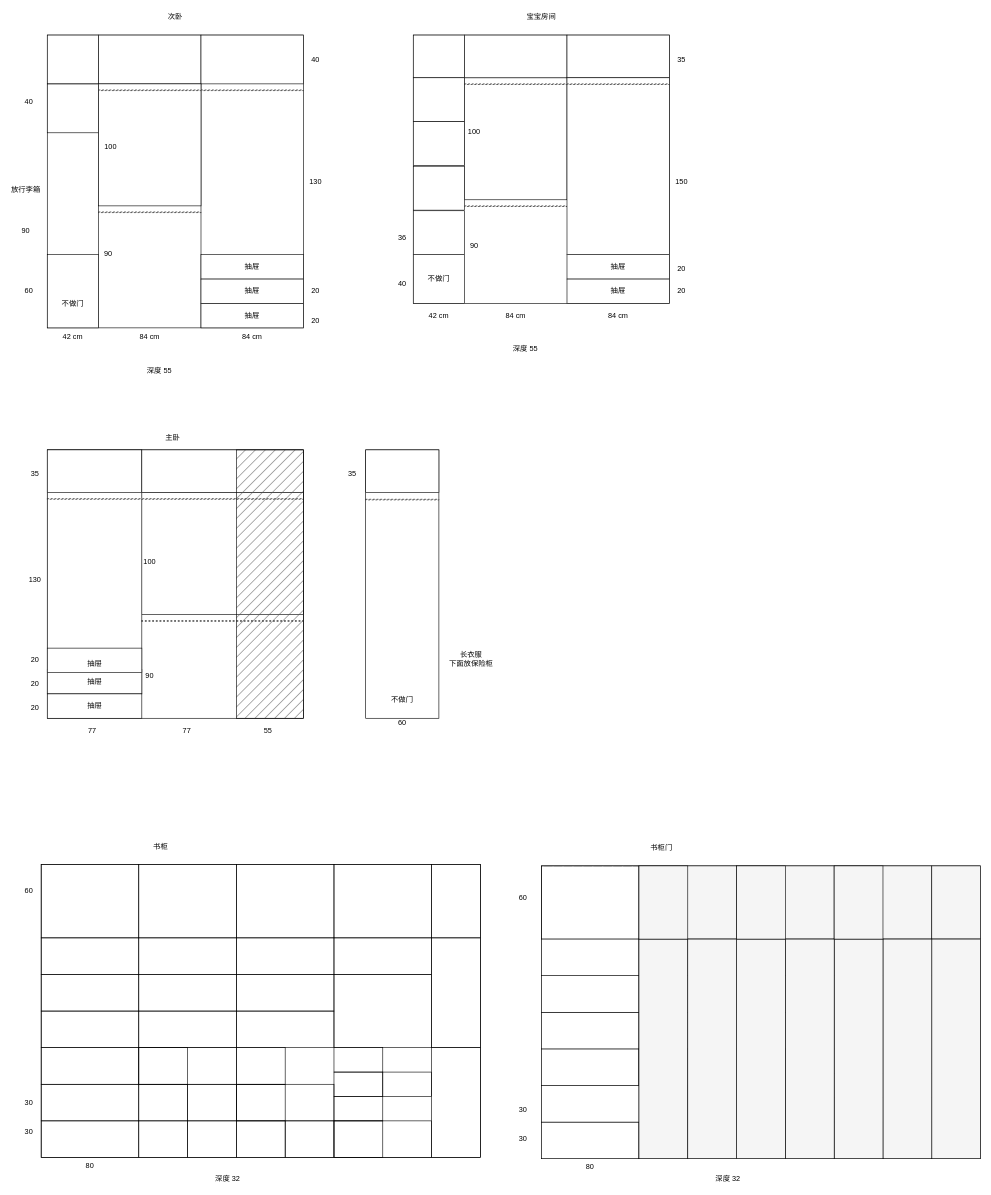
Earlier version of the draw.io diagram imgs/未命名绘图.drawio (rainsbaby/notebook). Source tidied: cells renumbered, new cells numbered last; positions are measured from the earlier drawing's top-left corner, leaving out a move shared by most shapes. Both pictures are drawn from the tidied source at 61%, with x=0, y=0 at pixel (10, 10).
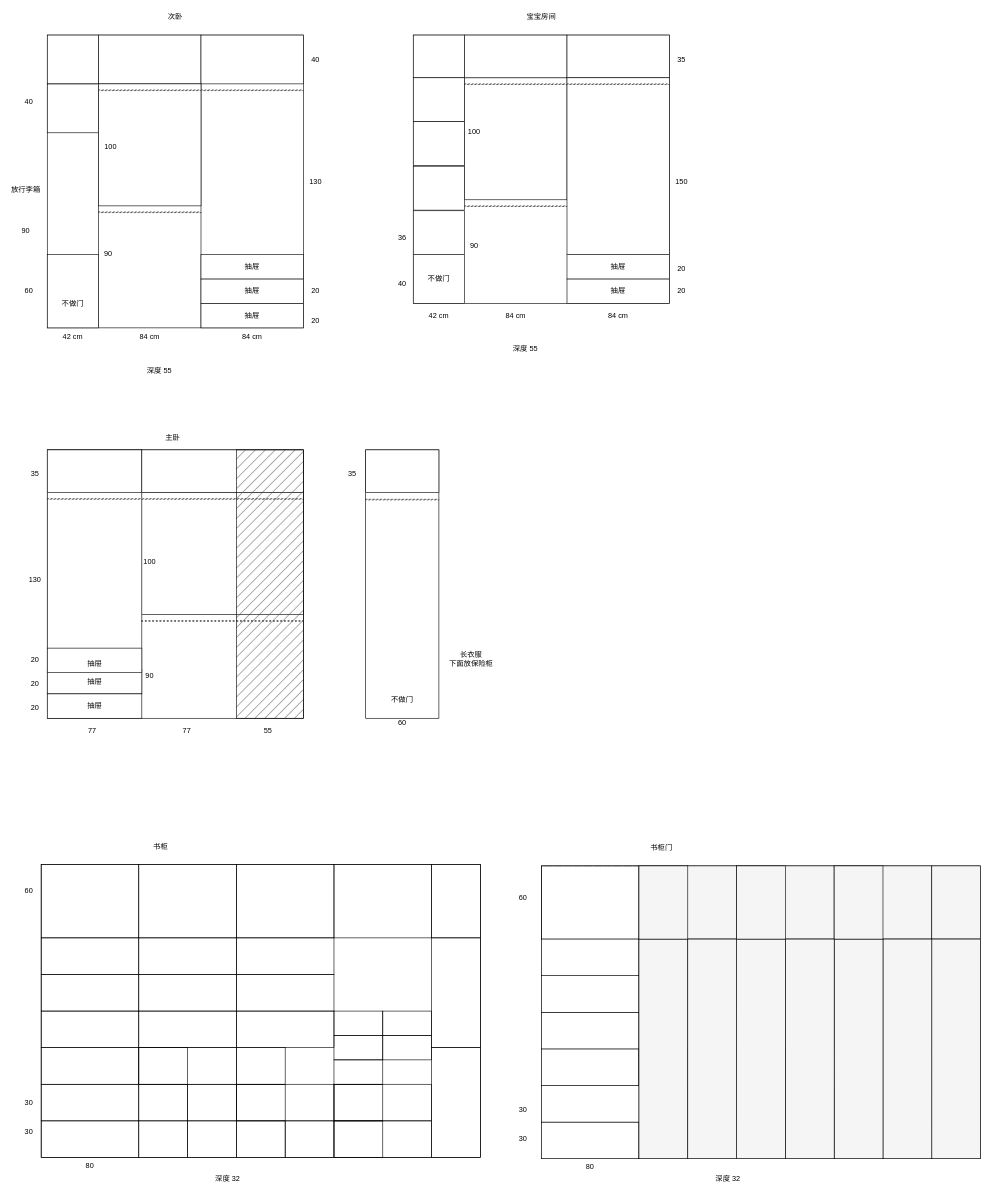
Above is the later version.

Commit message (it also covers changes not shown here):
更新未命名绘图.drawio

Change to the diagram source:
```diff
@@
     <mxCell id="100" style="rounded=0;whiteSpace=wrap;html=1;fillColor=none;fillStyle=dashed;" parent="1" vertex="1">
-      <mxGeometry x="530" y="1780" width="80" height="40" as="geometry" />
+      <mxGeometry x="530" y="1720" width="80" height="40" as="geometry" />
     </mxCell>
@@
     <mxCell id="126" style="rounded=0;whiteSpace=wrap;html=1;fillColor=none;fillStyle=dashed;" parent="1" vertex="1">
-      <mxGeometry x="530" y="1740" width="80" height="40" as="geometry" />
+      <mxGeometry x="530" y="1680" width="80" height="40" as="geometry" />
     </mxCell>
     <mxCell id="127" style="rounded=0;whiteSpace=wrap;html=1;fillColor=none;fillStyle=dashed;" parent="1" vertex="1">
-      <mxGeometry x="530" y="1700" width="80" height="40" as="geometry" />
+      <mxGeometry x="530" y="1640" width="80" height="40" as="geometry" />
     </mxCell>
@@
-    <mxCell id="136" style="rounded=0;whiteSpace=wrap;html=1;fillColor=none;fillStyle=dashed;" parent="1" vertex="1">
-      <mxGeometry x="530" y="1520" width="160" height="60" as="geometry" />
-    </mxCell>
-    <mxCell id="137" style="rounded=0;whiteSpace=wrap;html=1;fillColor=none;fillStyle=dashed;" parent="1" vertex="1">
-      <mxGeometry x="530" y="1580" width="160" height="120" as="geometry" />
-    </mxCell>
@@
     <mxCell id="192" style="rounded=0;whiteSpace=wrap;html=1;fillColor=none;fillStyle=dashed;" parent="1" vertex="1">
-      <mxGeometry x="610" y="1740" width="80" height="40" as="geometry" />
+      <mxGeometry x="610" y="1680" width="80" height="40" as="geometry" />
     </mxCell>
@@
+    <mxCell id="198" style="rounded=0;whiteSpace=wrap;html=1;fillColor=none;fillStyle=dashed;" parent="1" vertex="1">
+      <mxGeometry x="530" y="1760" width="160" height="60" as="geometry" />
+    </mxCell>
+    <mxCell id="199" style="rounded=0;whiteSpace=wrap;html=1;fillColor=none;fillStyle=dashed;" parent="1" vertex="1">
+      <mxGeometry x="530" y="1760" width="80" height="60" as="geometry" />
+    </mxCell>
+    <mxCell id="200" style="rounded=0;whiteSpace=wrap;html=1;fillColor=none;fillStyle=dashed;" parent="1" vertex="1">
+      <mxGeometry x="610" y="1640" width="80" height="40" as="geometry" />
+    </mxCell>
```
